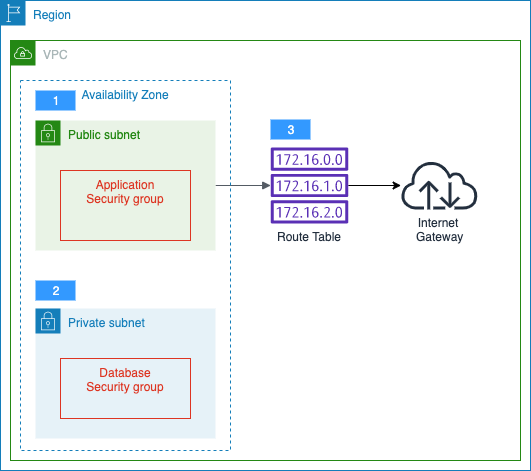
The draw.io diagram src/multi-az/az-network.png in aws-samples/aws-dbs-refarch-rdbms, before a commit. Source tidied: cells renumbered, new cells last; positions are measured from the earlier drawing's top-left corner, leaving out a move shared by most shapes. Source of this version:
```xml
<mxGraphModel>
  <root>
    <mxCell id="0" />
    <mxCell id="1" parent="0" />
    <mxCell id="2" value="Region" style="gradientColor=none;html=1;whiteSpace=wrap;fontSize=12;fontStyle=0;shape=mxgraph.aws4.group;grIcon=mxgraph.aws4.group_region;strokeColor=#147EBA;fillColor=none;verticalAlign=top;align=left;spacingLeft=30;fontColor=#147EBA;dashed=0;" parent="1" vertex="1">
      <mxGeometry width="530" height="470" as="geometry" />
    </mxCell>
    <mxCell id="3" value="VPC" style="gradientColor=none;html=1;whiteSpace=wrap;fontSize=12;fontStyle=0;shape=mxgraph.aws4.group;grIcon=mxgraph.aws4.group_vpc;strokeColor=#248814;fillColor=none;verticalAlign=top;align=left;spacingLeft=30;fontColor=#AAB7B8;dashed=0;" parent="1" vertex="1">
      <mxGeometry x="10" y="40" width="510" height="420" as="geometry" />
    </mxCell>
    <mxCell id="4" style="edgeStyle=orthogonalEdgeStyle;html=1;endArrow=block;elbow=vertical;startArrow=none;endFill=1;strokeColor=#545B64;rounded=0;exitX=1;exitY=0.5;exitDx=0;exitDy=0;" parent="1" edge="1" source="7" target="12">
      <mxGeometry relative="1" as="geometry" />
    </mxCell>
    <mxCell id="5" value="Availability Zone" style="fillColor=none;strokeColor=#147EBA;dashed=1;verticalAlign=top;fontStyle=0;fontColor=#147EBA;" parent="1" vertex="1">
      <mxGeometry x="20" y="80" width="210" height="370" as="geometry" />
    </mxCell>
    <mxCell id="6" value="Private subnet" style="gradientColor=none;html=1;whiteSpace=wrap;fontSize=12;fontStyle=0;shape=mxgraph.aws4.group;grIcon=mxgraph.aws4.group_security_group;grStroke=0;strokeColor=#147EBA;fillColor=#E6F2F8;verticalAlign=top;align=left;spacingLeft=30;fontColor=#147EBA;dashed=0;" parent="1" vertex="1">
      <mxGeometry x="35" y="308" width="180" height="130" as="geometry" />
    </mxCell>
    <mxCell id="7" value="Public subnet" style="points=[[0,0],[0.25,0],[0.5,0],[0.75,0],[1,0],[1,0.25],[1,0.5],[1,0.75],[1,1],[0.75,1],[0.5,1],[0.25,1],[0,1],[0,0.75],[0,0.5],[0,0.25]];outlineConnect=0;gradientColor=none;html=1;whiteSpace=wrap;fontSize=12;fontStyle=0;shape=mxgraph.aws4.group;grIcon=mxgraph.aws4.group_security_group;grStroke=0;strokeColor=#248814;fillColor=#E9F3E6;verticalAlign=top;align=left;spacingLeft=30;fontColor=#248814;dashed=0;" parent="1" vertex="1">
      <mxGeometry x="35" y="120" width="180" height="130" as="geometry" />
    </mxCell>
    <mxCell id="8" value="Application&#10;Security group" style="fillColor=none;strokeColor=#DD3522;verticalAlign=top;fontStyle=0;fontColor=#DD3522;" parent="1" vertex="1">
      <mxGeometry x="60" y="170" width="130" height="70" as="geometry" />
    </mxCell>
    <mxCell id="9" value="Database&#10;Security group" style="fillColor=none;strokeColor=#DD3522;verticalAlign=top;fontStyle=0;fontColor=#DD3522;" parent="1" vertex="1">
      <mxGeometry x="60" y="358" width="130" height="60" as="geometry" />
    </mxCell>
    <mxCell id="10" value="Internet&amp;nbsp;&lt;br&gt;Gateway" style="outlineConnect=0;fontColor=#232F3E;gradientColor=none;fillColor=#232F3E;strokeColor=none;dashed=0;verticalLabelPosition=bottom;verticalAlign=top;align=center;html=1;fontSize=12;fontStyle=0;shape=mxgraph.aws4.internet;" parent="1" vertex="1">
      <mxGeometry x="400" y="161" width="78" height="48" as="geometry" />
    </mxCell>
    <mxCell id="11" style="edgeStyle=orthogonalEdgeStyle;rounded=0;jettySize=auto;html=1;" parent="1" edge="1" source="12" target="10">
      <mxGeometry relative="1" as="geometry" />
    </mxCell>
    <mxCell id="12" value="Route Table" style="outlineConnect=0;fontColor=#232F3E;gradientColor=none;fillColor=#5A30B5;strokeColor=none;dashed=0;verticalLabelPosition=bottom;verticalAlign=top;align=center;html=1;fontSize=12;fontStyle=0;shape=mxgraph.aws4.route_table;" parent="1" vertex="1">
      <mxGeometry x="270" y="147" width="78" height="76" as="geometry" />
    </mxCell>
    <mxCell id="13" value="3" style="text;html=1;strokeColor=none;fillColor=#3399ff;align=center;verticalAlign=middle;whiteSpace=wrap;rounded=0;labelBackgroundColor=#3399ff;fontColor=#ffffff;" parent="1" vertex="1">
      <mxGeometry x="270" y="119" width="40" height="20" as="geometry" />
    </mxCell>
    <mxCell id="14" value="2" style="text;html=1;strokeColor=none;fillColor=#3399ff;align=center;verticalAlign=middle;whiteSpace=wrap;rounded=0;labelBackgroundColor=#3399ff;fontColor=#ffffff;" parent="1" vertex="1">
      <mxGeometry x="35" y="280" width="40" height="20" as="geometry" />
    </mxCell>
    <mxCell id="15" value="1" style="text;html=1;strokeColor=none;fillColor=#3399ff;align=center;verticalAlign=middle;whiteSpace=wrap;rounded=0;labelBackgroundColor=#3399ff;fontColor=#ffffff;" parent="1" vertex="1">
      <mxGeometry x="35" y="90" width="40" height="20" as="geometry" />
    </mxCell>
  </root>
</mxGraphModel>
```
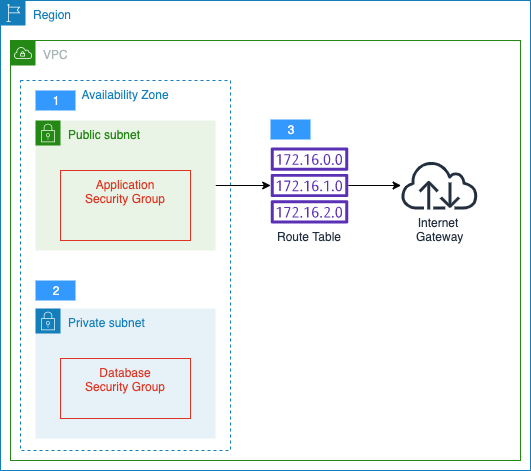
The same file after the commit.

Commit message:
changed group case and added multi-az

Diff of the diagram source:
```diff
@@ -8,22 +8,22 @@
     <mxCell id="3" value="VPC" style="gradientColor=none;html=1;whiteSpace=wrap;fontSize=12;fontStyle=0;shape=mxgraph.aws4.group;grIcon=mxgraph.aws4.group_vpc;strokeColor=#248814;fillColor=none;verticalAlign=top;align=left;spacingLeft=30;fontColor=#AAB7B8;dashed=0;" parent="1" vertex="1">
       <mxGeometry x="10" y="40" width="510" height="420" as="geometry" />
     </mxCell>
-    <mxCell id="4" style="edgeStyle=orthogonalEdgeStyle;html=1;endArrow=block;elbow=vertical;startArrow=none;endFill=1;strokeColor=#545B64;rounded=0;exitX=1;exitY=0.5;exitDx=0;exitDy=0;" parent="1" edge="1" source="7" target="12">
-      <mxGeometry relative="1" as="geometry" />
-    </mxCell>
     <mxCell id="5" value="Availability Zone" style="fillColor=none;strokeColor=#147EBA;dashed=1;verticalAlign=top;fontStyle=0;fontColor=#147EBA;" parent="1" vertex="1">
       <mxGeometry x="20" y="80" width="210" height="370" as="geometry" />
     </mxCell>
     <mxCell id="6" value="Private subnet" style="gradientColor=none;html=1;whiteSpace=wrap;fontSize=12;fontStyle=0;shape=mxgraph.aws4.group;grIcon=mxgraph.aws4.group_security_group;grStroke=0;strokeColor=#147EBA;fillColor=#E6F2F8;verticalAlign=top;align=left;spacingLeft=30;fontColor=#147EBA;dashed=0;" parent="1" vertex="1">
       <mxGeometry x="35" y="308" width="180" height="130" as="geometry" />
     </mxCell>
+    <mxCell id="4" style="edgeStyle=orthogonalEdgeStyle;rounded=0;jettySize=auto;html=1;fontColor=#000000;" parent="1" edge="1" source="7" target="12">
+      <mxGeometry relative="1" as="geometry" />
+    </mxCell>
     <mxCell id="7" value="Public subnet" style="points=[[0,0],[0.25,0],[0.5,0],[0.75,0],[1,0],[1,0.25],[1,0.5],[1,0.75],[1,1],[0.75,1],[0.5,1],[0.25,1],[0,1],[0,0.75],[0,0.5],[0,0.25]];outlineConnect=0;gradientColor=none;html=1;whiteSpace=wrap;fontSize=12;fontStyle=0;shape=mxgraph.aws4.group;grIcon=mxgraph.aws4.group_security_group;grStroke=0;strokeColor=#248814;fillColor=#E9F3E6;verticalAlign=top;align=left;spacingLeft=30;fontColor=#248814;dashed=0;" parent="1" vertex="1">
       <mxGeometry x="35" y="120" width="180" height="130" as="geometry" />
     </mxCell>
-    <mxCell id="8" value="Application&#10;Security group" style="fillColor=none;strokeColor=#DD3522;verticalAlign=top;fontStyle=0;fontColor=#DD3522;" parent="1" vertex="1">
+    <mxCell id="8" value="Application&#10;Security Group" style="fillColor=none;strokeColor=#DD3522;verticalAlign=top;fontStyle=0;fontColor=#DD3522;" parent="1" vertex="1">
       <mxGeometry x="60" y="170" width="130" height="70" as="geometry" />
     </mxCell>
-    <mxCell id="9" value="Database&#10;Security group" style="fillColor=none;strokeColor=#DD3522;verticalAlign=top;fontStyle=0;fontColor=#DD3522;" parent="1" vertex="1">
+    <mxCell id="9" value="Database&#10;Security Group" style="fillColor=none;strokeColor=#DD3522;verticalAlign=top;fontStyle=0;fontColor=#DD3522;" parent="1" vertex="1">
       <mxGeometry x="60" y="358" width="130" height="60" as="geometry" />
     </mxCell>
     <mxCell id="10" value="Internet&amp;nbsp;&lt;br&gt;Gateway" style="outlineConnect=0;fontColor=#232F3E;gradientColor=none;fillColor=#232F3E;strokeColor=none;dashed=0;verticalLabelPosition=bottom;verticalAlign=top;align=center;html=1;fontSize=12;fontStyle=0;shape=mxgraph.aws4.internet;" parent="1" vertex="1">
```
